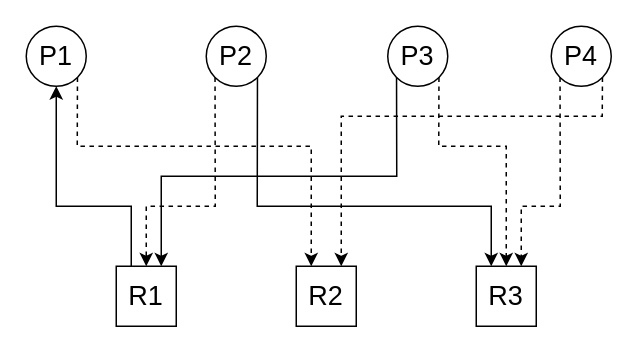
This is page "d" (5 of 5) of images/os2/2019-k2-graf.drawio from siwiki/OS-kolokvijumi, a draw.io file, before an edit. Source tidied: cells renumbered, new cells numbered last; positions are measured from the earlier drawing's top-left corner, leaving out a move shared by most shapes. Both pictures are drawn from the tidied source at 150%, with x=0, y=0 at pixel (26, 26).
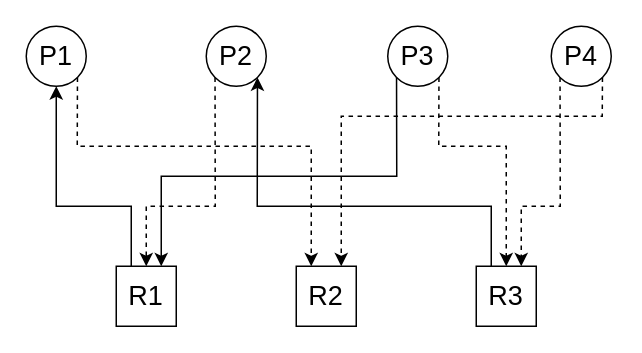
The same page after the edit.

The change refers to these unchanged cells:
```xml
<mxCell id="3" value="&lt;font style=&quot;font-size: 18px&quot;&gt;P2&lt;/font&gt;" style="ellipse;whiteSpace=wrap;html=1;" parent="1" vertex="1">
  <mxGeometry x="120" width="40" height="40" as="geometry" />
</mxCell>
<mxCell id="8" value="R3" style="rounded=0;whiteSpace=wrap;html=1;fontSize=18;" parent="1" vertex="1">
  <mxGeometry x="300" y="160" width="40" height="40" as="geometry" />
</mxCell>
```

Diff of the diagram source:
```diff
@@
-    <mxCell id="12" style="endArrow=classic;html=1;rounded=0;fontSize=18;exitX=1;exitY=1;exitDx=0;exitDy=0;entryX=0.25;entryY=0;entryDx=0;entryDy=0;" parent="1" edge="1" source="3" target="8">
-      <mxGeometry relative="1" as="geometry">
-        <Array as="points">
-          <mxPoint x="154" y="120" />
-          <mxPoint x="310" y="120" />
-        </Array>
-      </mxGeometry>
-    </mxCell>
@@
+    <mxCell id="17" style="endArrow=classic;html=1;rounded=0;exitX=0.25;exitY=0;exitDx=0;exitDy=0;entryX=1;entryY=1;entryDx=0;entryDy=0;" parent="1" edge="1" source="8" target="3">
+      <mxGeometry relative="1" as="geometry">
+        <Array as="points">
+          <mxPoint x="310" y="120" />
+          <mxPoint x="154" y="120" />
+        </Array>
+      </mxGeometry>
+    </mxCell>
```
